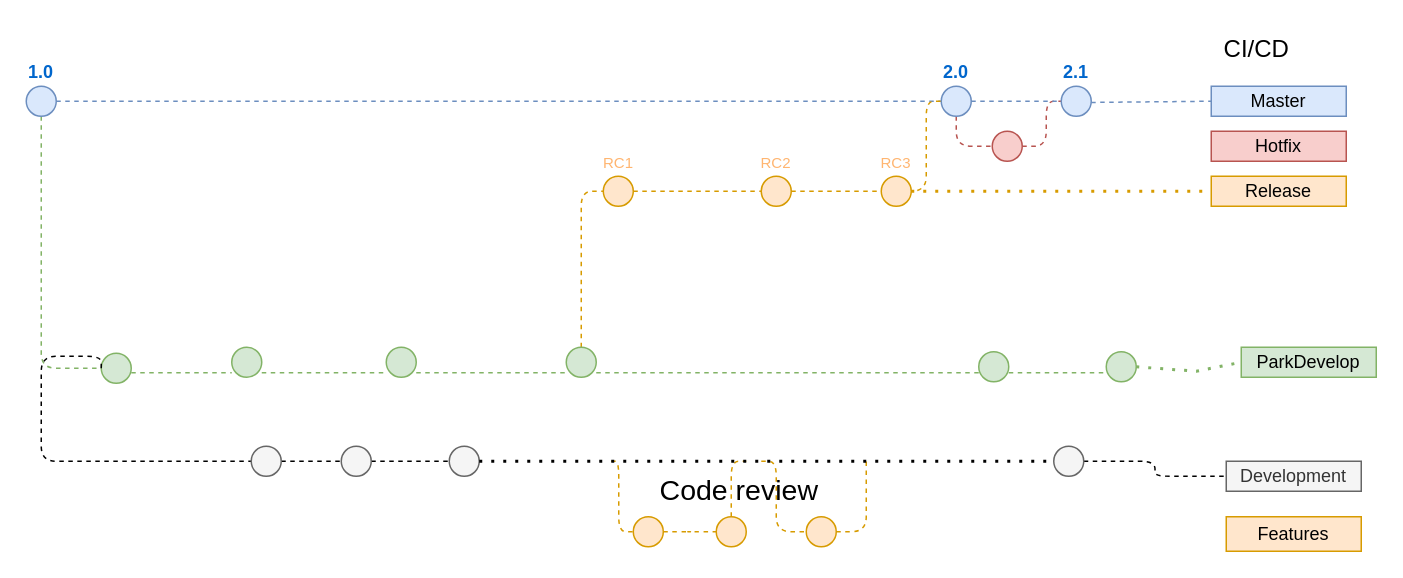
Above: Untitled Diagram.drawio in S-IceBear/S-IceBear (draw.io), before the change. Source tidied: cells renumbered, new cells numbered last; positions are measured from the earlier drawing's top-left corner, leaving out a move shared by most shapes. Both pictures are drawn from the tidied source at 150%, with x=0, y=0 at pixel (26, 26).
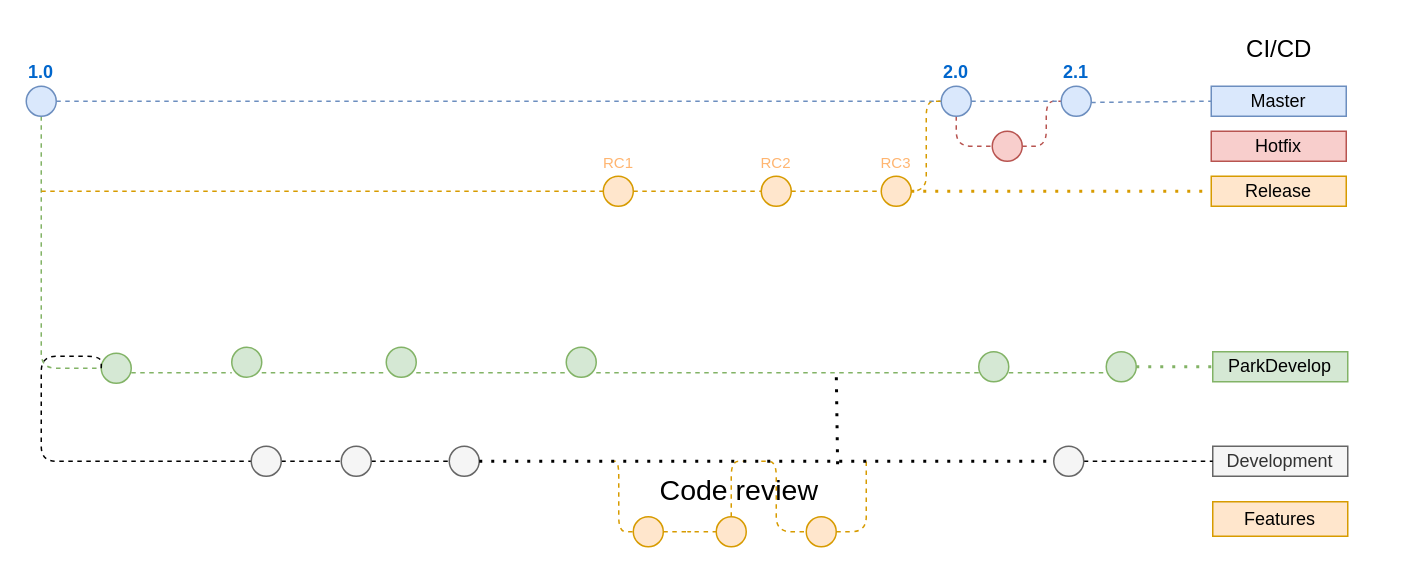
The same diagram, later.

Unchanged cells that the change refers to:
```xml
<mxCell id="19" style="ellipse;whiteSpace=wrap;html=1;fillColor=#d5e8d4;strokeColor=#82b366;" parent="1" vertex="1">
  <mxGeometry x="360" y="214" width="20" height="20" as="geometry" />
</mxCell>
<mxCell id="27" value="RC1" style="ellipse;whiteSpace=wrap;html=1;fontSize=10;labelPosition=center;verticalLabelPosition=top;align=center;verticalAlign=bottom;fillColor=#ffe6cc;strokeColor=#d79b00;fontColor=#FFB570;" parent="1" vertex="1">
  <mxGeometry x="384.7" y="100" width="20" height="20" as="geometry" />
</mxCell>
<mxCell id="43" style="ellipse;whiteSpace=wrap;html=1;fontSize=12;fillColor=#d5e8d4;strokeColor=#82b366;" parent="1" vertex="1">
  <mxGeometry x="720" y="217" width="20" height="20" as="geometry" />
</mxCell>
<mxCell id="55" value="&lt;font style=&quot;font-size: 19px;&quot;&gt;Code review&lt;/font&gt;" style="text;html=1;align=center;verticalAlign=middle;points=[];strokeColor=none;fillColor=none;" parent="1" vertex="1">
  <mxGeometry x="410" y="290" width="130" height="40" as="geometry" />
</mxCell>
```

Change to the diagram source:
```diff
@@
     <mxCell id="13" value="ParkDevelop&lt;br&gt;" style="text;html=1;strokeColor=#82b366;fillColor=#d5e8d4;align=center;verticalAlign=middle;whiteSpace=wrap;rounded=0;" parent="1" vertex="1">
-      <mxGeometry x="810" y="214" width="90" height="20" as="geometry" />
+      <mxGeometry x="791" y="217" width="90" height="20" as="geometry" />
     </mxCell>
@@
-    <mxCell id="18" style="edgeStyle=orthogonalEdgeStyle;rounded=1;jettySize=auto;html=1;dashed=1;endArrow=none;endFill=0;fontSize=10;fontColor=#FFB570;fillColor=#ffe6cc;strokeColor=#d79b00;" parent="1" edge="1" source="19" target="27">
+    <mxCell id="18" style="edgeStyle=orthogonalEdgeStyle;rounded=1;jettySize=auto;html=1;dashed=1;endArrow=none;endFill=0;fontSize=10;fontColor=#FFB570;fillColor=#ffe6cc;strokeColor=#d79b00;" parent="1" edge="1" target="27">
       <mxGeometry relative="1" as="geometry">
+        <mxPoint x="10" y="110" as="sourcePoint" />
         <Array as="points">
           <mxPoint x="370" y="110" />
         </Array>
       </mxGeometry>
     </mxCell>
@@
     <mxCell id="38" value="Development" style="text;html=1;strokeColor=#666666;fillColor=#f5f5f5;align=center;verticalAlign=middle;whiteSpace=wrap;rounded=0;fontColor=#333333;" parent="1" vertex="1">
-      <mxGeometry x="800" y="290" width="90" height="20" as="geometry" />
+      <mxGeometry x="791" y="280" width="90" height="20" as="geometry" />
     </mxCell>
@@
     <mxCell id="51" value="&lt;font style=&quot;font-size: 16px;&quot;&gt;CI/CD&lt;/font&gt;" style="text;html=1;align=center;verticalAlign=middle;strokeColor=none;fillColor=none;" parent="1" vertex="1">
-      <mxGeometry x="785" width="70" height="30" as="geometry" />
+      <mxGeometry x="800" width="70" height="30" as="geometry" />
     </mxCell>
@@
     <mxCell id="53" style="endArrow=none;dashed=1;html=1;dashPattern=1 3;strokeWidth=2;rounded=0;exitX=1;exitY=0.5;exitDx=0;exitDy=0;fillColor=#d5e8d4;strokeColor=#82b366;entryX=0;entryY=0.5;entryDx=0;entryDy=0;" parent="1" edge="1" source="43" target="13">
-      <mxGeometry relative="1" as="geometry">
-        <Array as="points">
-          <mxPoint x="780" y="230" />
-        </Array>
-      </mxGeometry>
+      <mxGeometry relative="1" as="geometry" />
     </mxCell>
     <mxCell id="54" value="Features" style="rounded=0;whiteSpace=wrap;html=1;fillColor=#ffe6cc;strokeColor=#d79b00;" parent="1" vertex="1">
-      <mxGeometry x="800" y="327" width="90" height="23" as="geometry" />
+      <mxGeometry x="791" y="317" width="90" height="23" as="geometry" />
     </mxCell>
@@
+    <mxCell id="56" style="endArrow=none;dashed=1;html=1;dashPattern=1 3;strokeWidth=2;rounded=0;exitX=1.007;exitY=0.051;exitDx=0;exitDy=0;exitPerimeter=0;" parent="1" edge="1" source="55">
+      <mxGeometry relative="1" as="geometry">
+        <mxPoint x="540" y="230" as="targetPoint" />
+      </mxGeometry>
+    </mxCell>
```
